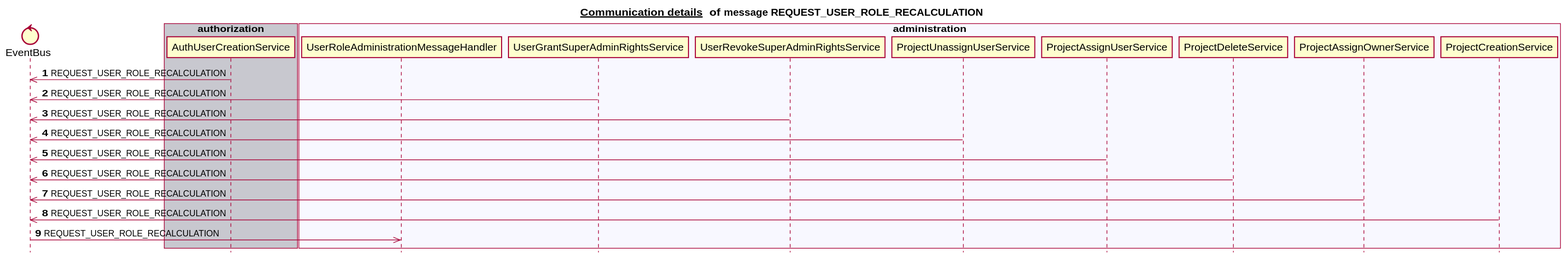
Before: docs/latest/images/gen_domain_messaging_request_user_role_recalculation.svg, a diagram exported from PlantUML (mercedes-benz/sechub).
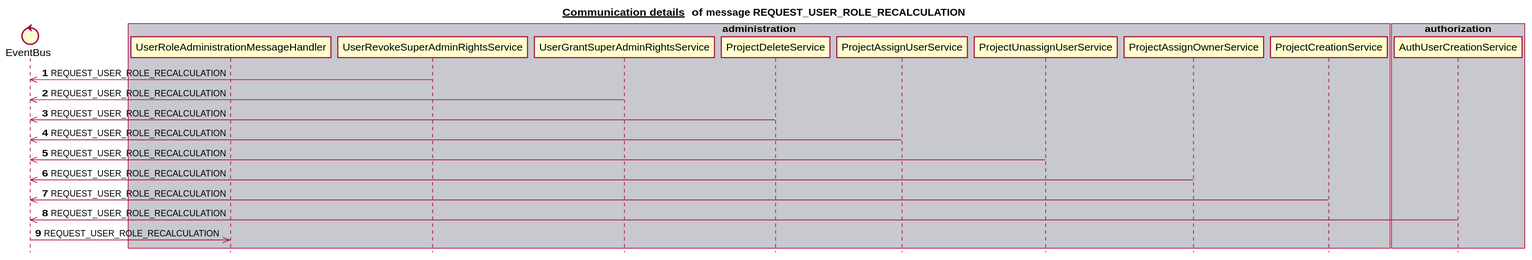
The same file after the commit.

What changed in the source:
```diff
@@ -6,34 +6,34 @@
 
 
 control EventBus
-box "scan" #C8C8CF
+box "schedule" #C8C8CF
 end box
-box "schedule" #F8F8FF
+box "scan" #F8F8FF
+end box
+box "administration" #C8C8CF
+   participant UserRoleAdministrationMessageHandler
+   participant UserRevokeSuperAdminRightsService
+   participant UserGrantSuperAdminRightsService
+   participant ProjectDeleteService
+   participant ProjectAssignUserService
+   participant ProjectUnassignUserService
+   participant ProjectAssignOwnerService
+   participant ProjectCreationService
+end box
+box "notification" #F8F8FF
 end box
 box "authorization" #C8C8CF
    participant AuthUserCreationService
 end box
-box "administration" #F8F8FF
-   participant UserRoleAdministrationMessageHandler
-   participant UserGrantSuperAdminRightsService
-   participant UserRevokeSuperAdminRightsService
-   participant ProjectUnassignUserService
-   participant ProjectAssignUserService
-   participant ProjectDeleteService
-   participant ProjectAssignOwnerService
-   participant ProjectCreationService
-end box
-box "notification" #C8C8CF
-end box
 autonumber 1
-AuthUserCreationService ->> EventBus:REQUEST_USER_ROLE_RECALCULATION
+UserRevokeSuperAdminRightsService ->> EventBus:REQUEST_USER_ROLE_RECALCULATION
 UserGrantSuperAdminRightsService ->> EventBus:REQUEST_USER_ROLE_RECALCULATION
-UserRevokeSuperAdminRightsService ->> EventBus:REQUEST_USER_ROLE_RECALCULATION
+ProjectDeleteService ->> EventBus:REQUEST_USER_ROLE_RECALCULATION
+ProjectAssignUserService ->> EventBus:REQUEST_USER_ROLE_RECALCULATION
 ProjectUnassignUserService ->> EventBus:REQUEST_USER_ROLE_RECALCULATION
-ProjectAssignUserService ->> EventBus:REQUEST_USER_ROLE_RECALCULATION
-ProjectDeleteService ->> EventBus:REQUEST_USER_ROLE_RECALCULATION
 ProjectAssignOwnerService ->> EventBus:REQUEST_USER_ROLE_RECALCULATION
 ProjectCreationService ->> EventBus:REQUEST_USER_ROLE_RECALCULATION
+AuthUserCreationService ->> EventBus:REQUEST_USER_ROLE_RECALCULATION
 EventBus ->> UserRoleAdministrationMessageHandler:REQUEST_USER_ROLE_RECALCULATION
 autonumber stop
 
```
